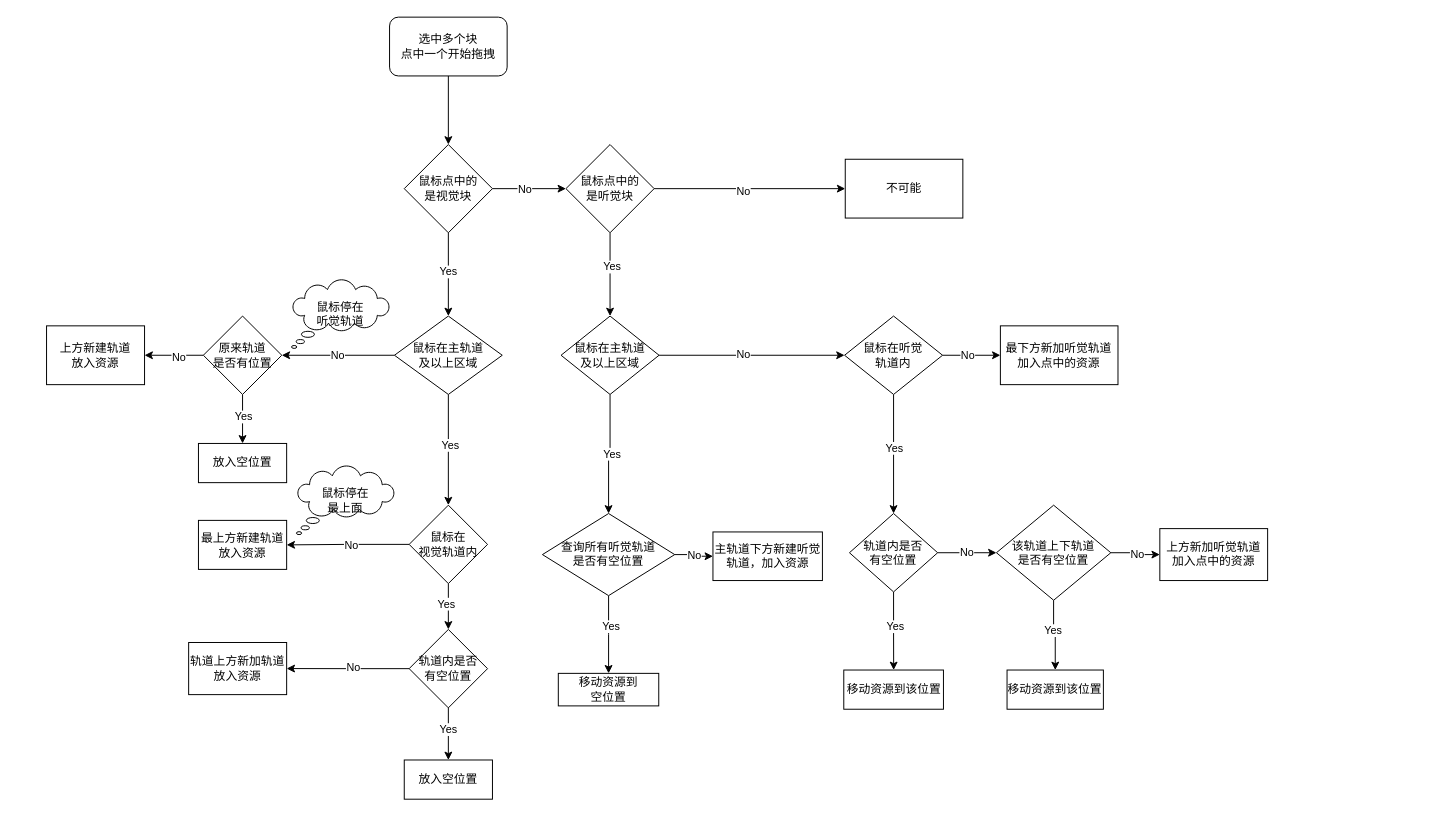
This is page "多块移动-拖拽块" (3 of 6) of drag flow.drawio from macfanr/drawio, a draw.io file, before an edit. Source tidied: cells renumbered, new cells numbered last; positions are measured from the earlier drawing's top-left corner, leaving out a move shared by most shapes. Both pictures are drawn from the tidied source at 98%, with x=0, y=0 at pixel (46, 17).
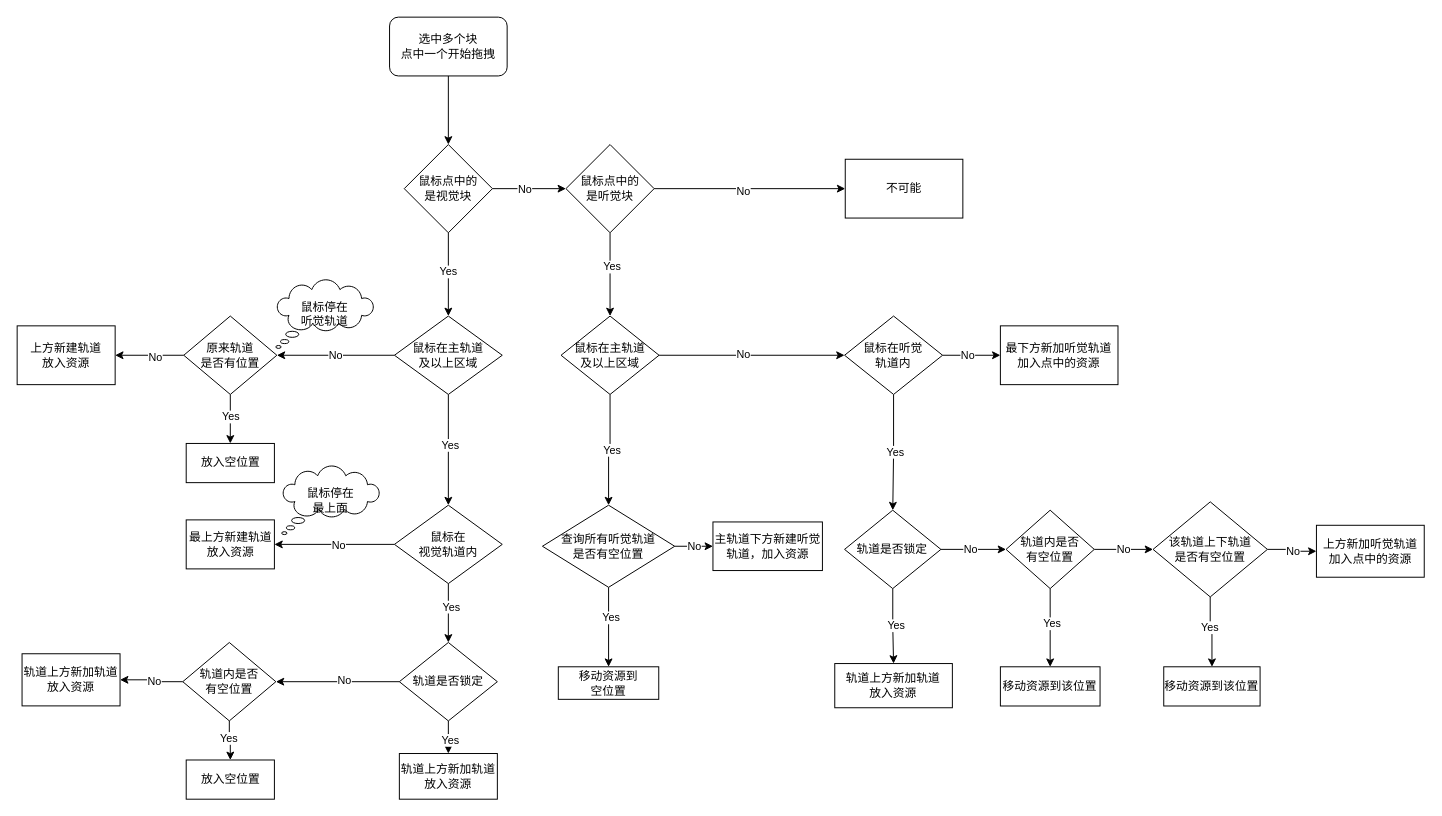
The same page after the edit.

The change refers to these unchanged cells:
```xml
<mxCell id="45" value="鼠标在听觉&lt;br&gt;轨道内" style="rhombus;whiteSpace=wrap;html=1;" parent="1" vertex="1">
  <mxGeometry x="814.3" y="305" width="100" height="80" as="geometry" />
</mxCell>
```

What changed in the source:
```diff
@@
-    <mxCell id="24" style="edgeStyle=orthogonalEdgeStyle;rounded=0;jettySize=auto;html=1;" parent="1" edge="1" source="28" target="31">
-      <mxGeometry relative="1" as="geometry" />
-    </mxCell>
-    <mxCell id="25" value="Yes" style="edgeLabel;html=1;align=center;verticalAlign=middle;" parent="24" vertex="1">
-      <mxGeometry x="-0.14" y="-3" relative="1" as="geometry" />
-    </mxCell>
@@
+    <mxCell id="72" style="edgeStyle=orthogonalEdgeStyle;rounded=0;jettySize=auto;html=1;endArrow=classic;endFill=1;" parent="1" edge="1" source="28" target="80">
+      <mxGeometry relative="1" as="geometry" />
+    </mxCell>
+    <mxCell id="73" value="Yes" style="edgeLabel;html=1;align=center;verticalAlign=middle;" parent="72" vertex="1">
+      <mxGeometry x="-0.23" y="2" relative="1" as="geometry" />
+    </mxCell>
     <mxCell id="28" value="鼠标在&lt;br&gt;视觉轨道内" style="rhombus;whiteSpace=wrap;html=1;rounded=0;" parent="1" vertex="1">
-      <mxGeometry x="370" y="498" width="80" height="80" as="geometry" />
+      <mxGeometry x="355" y="498" width="110" height="80" as="geometry" />
     </mxCell>
@@
     <mxCell id="31" value="轨道内是否&lt;br&gt;有空位置" style="rhombus;whiteSpace=wrap;html=1;rounded=0;" parent="1" vertex="1">
-      <mxGeometry x="370" y="624.8" width="80" height="80" as="geometry" />
+      <mxGeometry x="139" y="638.1" width="95" height="80" as="geometry" />
     </mxCell>
     <mxCell id="32" value="轨道上方新加轨道&lt;br&gt;放入资源" style="whiteSpace=wrap;html=1;rounded=0;" parent="1" vertex="1">
-      <mxGeometry x="145" y="638.1" width="100" height="53.2" as="geometry" />
+      <mxGeometry x="-25" y="649.6" width="100" height="53.2" as="geometry" />
     </mxCell>
     <mxCell id="33" value="最上方新建轨道&lt;br&gt;放入资源" style="whiteSpace=wrap;html=1;rounded=0;" parent="1" vertex="1">
-      <mxGeometry x="155" y="513.5" width="90" height="50" as="geometry" />
+      <mxGeometry x="142.5" y="513" width="90" height="50" as="geometry" />
     </mxCell>
     <mxCell id="34" value="移动资源到&lt;br&gt;空位置" style="whiteSpace=wrap;html=1;" parent="1" vertex="1">
-      <mxGeometry x="522.2" y="669.6" width="102.5" height="33.2" as="geometry" />
+      <mxGeometry x="522.2" y="662.9" width="102.5" height="33.2" as="geometry" />
     </mxCell>
@@
     <mxCell id="39" value="查询所有听觉轨道&lt;br&gt;是否有空位置" style="rhombus;whiteSpace=wrap;html=1;" parent="1" vertex="1">
-      <mxGeometry x="506" y="506.5" width="135" height="83.8" as="geometry" />
+      <mxGeometry x="506" y="498" width="135" height="83.8" as="geometry" />
     </mxCell>
     <mxCell id="40" value="主轨道下方新建听觉&lt;br&gt;轨道，加入资源" style="whiteSpace=wrap;html=1;" parent="1" vertex="1">
-      <mxGeometry x="680" y="525.3" width="111.7" height="49.6" as="geometry" />
+      <mxGeometry x="680" y="515.1" width="111.7" height="49.6" as="geometry" />
     </mxCell>
-    <mxCell id="41" style="edgeStyle=orthogonalEdgeStyle;rounded=0;jettySize=auto;html=1;" parent="1" edge="1" source="45" target="50">
-      <mxGeometry relative="1" as="geometry" />
-    </mxCell>
-    <mxCell id="42" value="Yes" style="edgeLabel;html=1;align=center;verticalAlign=middle;" parent="41" vertex="1">
-      <mxGeometry x="-0.11" relative="1" as="geometry" />
-    </mxCell>
@@
+    <mxCell id="74" style="edgeStyle=orthogonalEdgeStyle;rounded=0;jettySize=auto;html=1;endArrow=classic;endFill=1;" parent="1" edge="1" source="45" target="86">
+      <mxGeometry relative="1" as="geometry" />
+    </mxCell>
+    <mxCell id="75" value="Yes" style="edgeLabel;html=1;align=center;verticalAlign=middle;" parent="74" vertex="1">
+      <mxGeometry x="-0.02" y="1" relative="1" as="geometry" />
+    </mxCell>
@@
     <mxCell id="50" value="轨道内是否&lt;br&gt;有空位置" style="rhombus;whiteSpace=wrap;html=1;" parent="1" vertex="1">
-      <mxGeometry x="819.3" y="506.5" width="90" height="80" as="geometry" />
+      <mxGeometry x="979.1" y="503.1" width="90" height="80" as="geometry" />
     </mxCell>
@@
     <mxCell id="52" value="移动资源到该位置" style="whiteSpace=wrap;html=1;" parent="1" vertex="1">
-      <mxGeometry x="813.5" y="666.2" width="101.7" height="40" as="geometry" />
+      <mxGeometry x="973.3" y="662.9" width="101.7" height="40" as="geometry" />
     </mxCell>
     <mxCell id="53" value="上方新加听觉轨道&lt;br&gt;加入点中的资源" style="whiteSpace=wrap;html=1;" parent="1" vertex="1">
-      <mxGeometry x="1136" y="521.9" width="110" height="53" as="geometry" />
+      <mxGeometry x="1295.8" y="518.5" width="110" height="53" as="geometry" />
     </mxCell>
     <mxCell id="54" value="鼠标停在&lt;br&gt;听觉轨道" style="whiteSpace=wrap;html=1;shape=mxgraph.basic.cloud_callout;rounded=0;" parent="1" vertex="1">
-      <mxGeometry x="250" y="268" width="100" height="70" as="geometry" />
+      <mxGeometry x="234" y="268" width="100" height="70" as="geometry" />
     </mxCell>
@@
     <mxCell id="57" value="放入空位置" style="whiteSpace=wrap;html=1;rounded=0;" parent="1" vertex="1">
-      <mxGeometry x="365" y="758" width="90" height="40" as="geometry" />
+      <mxGeometry x="142.5" y="758" width="90" height="40" as="geometry" />
     </mxCell>
@@
     <mxCell id="62" value="该轨道上下轨道&lt;br&gt;是否有空位置" style="rhombus;whiteSpace=wrap;html=1;" parent="1" vertex="1">
-      <mxGeometry x="969.3" y="498" width="116.7" height="97" as="geometry" />
+      <mxGeometry x="1129.1" y="494.6" width="116.7" height="97" as="geometry" />
     </mxCell>
     <mxCell id="63" value="移动资源到该位置" style="whiteSpace=wrap;html=1;" parent="1" vertex="1">
-      <mxGeometry x="980.1" y="666.2" width="98.3" height="40" as="geometry" />
+      <mxGeometry x="1140" y="662.9" width="98.3" height="40" as="geometry" />
     </mxCell>
@@
     <mxCell id="68" value="原来轨道&lt;br&gt;是否有位置" style="rhombus;whiteSpace=wrap;html=1;" parent="1" vertex="1">
-      <mxGeometry x="160" y="305" width="80" height="80" as="geometry" />
+      <mxGeometry x="140" y="305" width="95" height="80" as="geometry" />
     </mxCell>
     <mxCell id="69" value="上方新建轨道&lt;br&gt;放入资源" style="whiteSpace=wrap;html=1;" parent="1" vertex="1">
-      <mxGeometry y="315" width="100" height="60" as="geometry" />
+      <mxGeometry x="-30" y="315" width="100" height="60" as="geometry" />
     </mxCell>
     <mxCell id="70" value="放入空位置" style="whiteSpace=wrap;html=1;rounded=0;" parent="1" vertex="1">
-      <mxGeometry x="155" y="435" width="90" height="40" as="geometry" />
+      <mxGeometry x="142.5" y="435" width="90" height="40" as="geometry" />
     </mxCell>
     <mxCell id="71" value="鼠标停在&lt;br&gt;最上面" style="whiteSpace=wrap;html=1;shape=mxgraph.basic.cloud_callout;rounded=0;" parent="1" vertex="1">
-      <mxGeometry x="255" y="458" width="100" height="70" as="geometry" />
+      <mxGeometry x="240" y="458" width="100" height="70" as="geometry" />
     </mxCell>
+    <mxCell id="76" style="edgeStyle=orthogonalEdgeStyle;rounded=0;jettySize=auto;html=1;endArrow=classic;endFill=1;entryX=1;entryY=0.5;entryDx=0;entryDy=0;" parent="1" edge="1" source="80" target="31">
+      <mxGeometry relative="1" as="geometry" />
+    </mxCell>
+    <mxCell id="77" value="No" style="edgeLabel;html=1;align=center;verticalAlign=middle;" parent="76" vertex="1">
+      <mxGeometry x="-0.09" y="-2" relative="1" as="geometry" />
+    </mxCell>
+    <mxCell id="78" style="edgeStyle=orthogonalEdgeStyle;rounded=0;jettySize=auto;html=1;endArrow=classic;endFill=1;" parent="1" edge="1" source="80" target="81">
+      <mxGeometry relative="1" as="geometry" />
+    </mxCell>
+    <mxCell id="79" value="Yes" style="edgeLabel;html=1;align=center;verticalAlign=middle;" parent="78" vertex="1">
+      <mxGeometry x="-0.17" y="1" relative="1" as="geometry" />
+    </mxCell>
+    <mxCell id="80" value="轨道是否锁定" style="rhombus;whiteSpace=wrap;html=1;rounded=0;" parent="1" vertex="1">
+      <mxGeometry x="360" y="638.1" width="100" height="80" as="geometry" />
+    </mxCell>
+    <mxCell id="81" value="轨道上方新加轨道&lt;br&gt;放入资源" style="whiteSpace=wrap;html=1;rounded=0;" parent="1" vertex="1">
+      <mxGeometry x="360" y="751.4" width="100" height="46.6" as="geometry" />
+    </mxCell>
+    <mxCell id="82" style="edgeStyle=orthogonalEdgeStyle;rounded=0;jettySize=auto;html=1;endArrow=classic;endFill=1;" parent="1" edge="1" source="86" target="50">
+      <mxGeometry relative="1" as="geometry" />
+    </mxCell>
+    <mxCell id="83" value="No&lt;br&gt;" style="edgeLabel;html=1;align=center;verticalAlign=middle;" parent="82" vertex="1">
+      <mxGeometry x="-0.09" y="1" relative="1" as="geometry" />
+    </mxCell>
+    <mxCell id="84" style="edgeStyle=orthogonalEdgeStyle;rounded=0;jettySize=auto;html=1;endArrow=classic;endFill=1;" parent="1" edge="1" source="86" target="87">
+      <mxGeometry relative="1" as="geometry" />
+    </mxCell>
+    <mxCell id="85" value="Yes" style="edgeLabel;html=1;align=center;verticalAlign=middle;" parent="84" vertex="1">
+      <mxGeometry x="0.01" y="2" relative="1" as="geometry">
+        <mxPoint y="-1" as="offset" />
+      </mxGeometry>
+    </mxCell>
+    <mxCell id="86" value="轨道是否锁定" style="rhombus;whiteSpace=wrap;html=1;rounded=0;" parent="1" vertex="1">
+      <mxGeometry x="814.3" y="503.1" width="98.3" height="80" as="geometry" />
+    </mxCell>
+    <mxCell id="87" value="&lt;span&gt;轨道上方新加轨道&lt;/span&gt;&lt;br&gt;&lt;span&gt;放入资源&lt;/span&gt;" style="whiteSpace=wrap;html=1;rounded=0;" parent="1" vertex="1">
+      <mxGeometry x="804.3" y="659.6" width="120" height="45.1" as="geometry" />
+    </mxCell>
```
